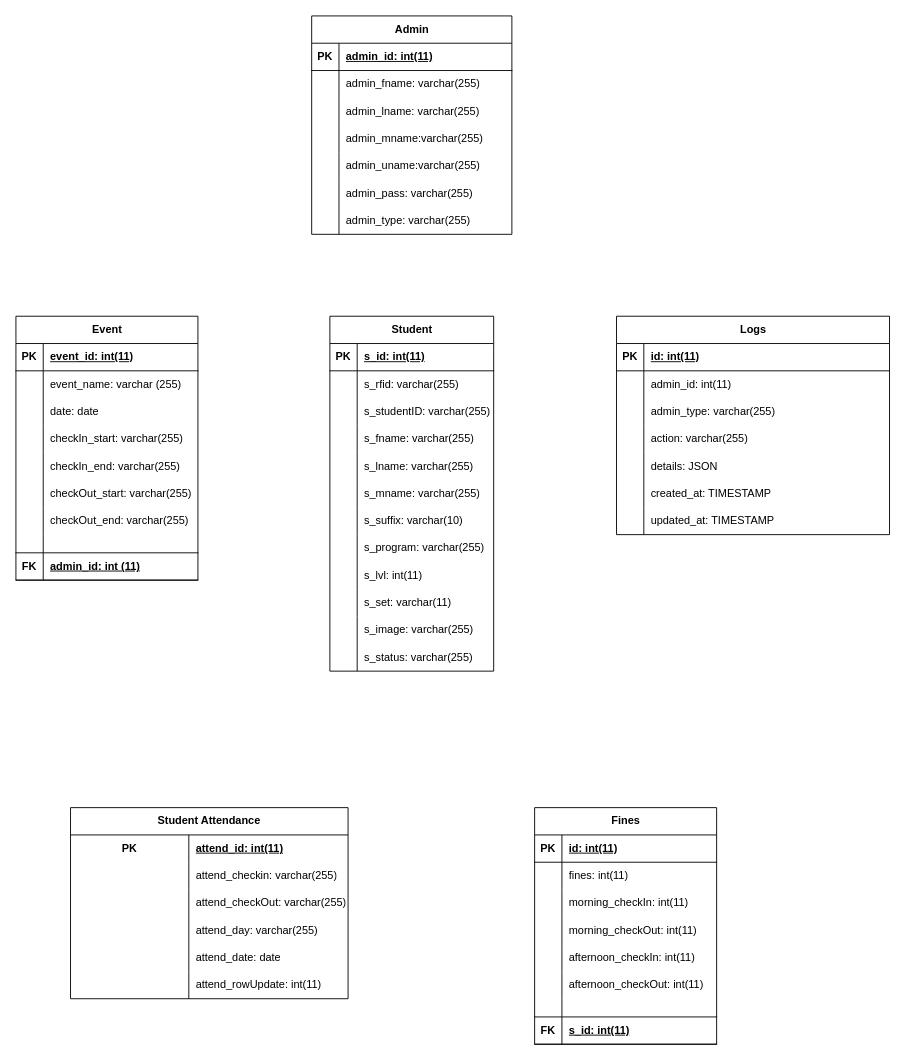
Before: Attendance_System_ERD.drawio in panzerweb/database_repo, a draw.io diagram. Source tidied: cells renumbered, new cells numbered last; positions are measured from the earlier drawing's top-left corner, leaving out a move shared by most shapes. Both pictures are drawn from the tidied source at 91%, with x=0, y=0 at pixel (15, 15).
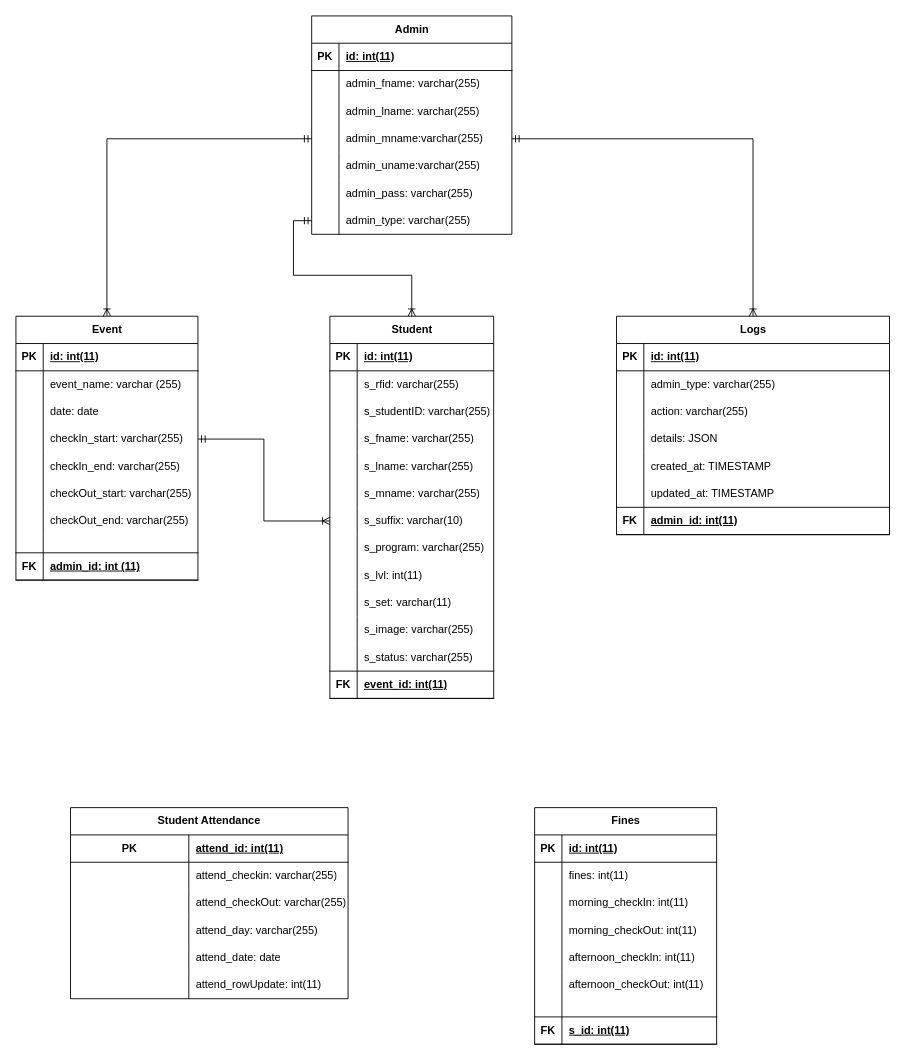
Above is the later version.

Unchanged cells that the change refers to:
```xml
<mxCell id="3" style="shape=tableRow;horizontal=0;startSize=0;swimlaneHead=0;swimlaneBody=0;fillColor=none;top=0;left=0;right=0;bottom=1;" parent="2" vertex="1">
  <mxGeometry y="30" width="180" height="30" as="geometry" />
</mxCell>
<mxCell id="21" style="shape=tableRow;horizontal=0;startSize=0;swimlaneHead=0;swimlaneBody=0;fillColor=none;points=[[0,0.5],[1,0.5]];portConstraint=eastwest;top=0;left=0;right=0;bottom=0;" parent="2" vertex="1">
  <mxGeometry y="210" width="180" height="30" as="geometry" />
</mxCell>
<mxCell id="39" value="Student Attendance" style="shape=table;startSize=30;childLayout=tableLayout;rowLines=0;fontStyle=1;align=center;html=1;whiteSpace=wrap;" parent="1" vertex="1">
  <mxGeometry x="60" y="870" width="305" height="210" as="geometry" />
</mxCell>
<mxCell id="84" style="shape=tableRow;horizontal=0;startSize=0;swimlaneHead=0;swimlaneBody=0;fillColor=none;top=0;left=0;right=0;bottom=1;" parent="83" vertex="1">
  <mxGeometry y="30" width="220" height="30" as="geometry" />
</mxCell>
<mxCell id="93" style="shape=tableRow;horizontal=0;startSize=0;swimlaneHead=0;swimlaneBody=0;fillColor=none;points=[[0,0.5],[1,0.5]];portConstraint=eastwest;top=0;left=0;right=0;bottom=0;" parent="83" vertex="1">
  <mxGeometry y="120" width="220" height="30" as="geometry" />
</mxCell>
<mxCell id="102" style="shape=tableRow;horizontal=0;startSize=0;swimlaneHead=0;swimlaneBody=0;fillColor=none;points=[[0,0.5],[1,0.5]];portConstraint=eastwest;top=0;left=0;right=0;bottom=0;" parent="83" vertex="1">
  <mxGeometry y="210" width="220" height="30" as="geometry" />
</mxCell>
<mxCell id="105" value="Event" style="shape=table;startSize=30;childLayout=tableLayout;rowLines=0;fontStyle=1;align=center;html=1;" parent="1" vertex="1">
  <mxGeometry y="330" width="200" height="290" as="geometry" />
</mxCell>
<mxCell id="106" style="shape=tableRow;horizontal=0;startSize=0;swimlaneHead=0;swimlaneBody=0;fillColor=none;top=0;left=0;right=0;bottom=1;" parent="105" vertex="1">
  <mxGeometry y="30" width="200" height="30" as="geometry" />
</mxCell>
<mxCell id="115" style="shape=tableRow;horizontal=0;startSize=0;swimlaneHead=0;swimlaneBody=0;fillColor=none;points=[[0,0.5],[1,0.5]];portConstraint=eastwest;top=0;left=0;right=0;bottom=0;" parent="105" vertex="1">
  <mxGeometry y="120" width="200" height="30" as="geometry" />
</mxCell>
<mxCell id="133" value="Logs" style="shape=table;startSize=30;childLayout=tableLayout;rowLines=0;fontStyle=1;align=center;html=1;" parent="1" vertex="1">
  <mxGeometry x="660" y="330" width="300" height="240" as="geometry" />
</mxCell>
```

The edit, as a diff of the source:
```diff
@@
     <mxCell id="2" value="Student" style="shape=table;startSize=30;childLayout=tableLayout;rowLines=0;fontStyle=1;align=center;html=1;" parent="1" vertex="1">
-      <mxGeometry x="345" y="330" width="180" height="390" as="geometry" />
+      <mxGeometry x="345" y="330" width="180" height="420" as="geometry" />
     </mxCell>
@@
-    <mxCell id="5" value="s_id: int(11)" style="shape=partialRectangle;fillColor=none;top=0;left=0;bottom=0;right=0;align=left;spacingLeft=6;fontStyle=5;overflow=hidden;whiteSpace=wrap;html=1;" parent="3" vertex="1">
+    <mxCell id="5" value="id: int(11)" style="shape=partialRectangle;fillColor=none;top=0;left=0;bottom=0;right=0;align=left;spacingLeft=6;fontStyle=5;overflow=hidden;whiteSpace=wrap;html=1;" parent="3" vertex="1">
       <mxGeometry x="30" width="150" height="30" as="geometry" />
     </mxCell>
@@
+    <mxCell id="155" style="shape=tableRow;horizontal=0;startSize=0;swimlaneHead=0;swimlaneBody=0;fillColor=none;top=1;left=0;right=0;bottom=1;" parent="2" vertex="1">
+      <mxGeometry y="390" width="180" height="30" as="geometry" />
+    </mxCell>
+    <mxCell id="156" value="FK" style="shape=partialRectangle;fillColor=none;top=0;left=0;bottom=0;right=0;fontStyle=1;overflow=hidden;whiteSpace=wrap;html=1;" parent="155" vertex="1">
+      <mxGeometry width="30" height="30" as="geometry" />
+    </mxCell>
+    <mxCell id="157" value="event_id: int(11)" style="shape=partialRectangle;fillColor=none;top=0;left=0;bottom=0;right=0;align=left;spacingLeft=6;fontStyle=5;overflow=hidden;whiteSpace=wrap;html=1;" parent="155" vertex="1">
+      <mxGeometry x="30" width="150" height="30" as="geometry" />
+    </mxCell>
@@
-    <mxCell id="40" style="shape=tableRow;horizontal=0;startSize=0;swimlaneHead=0;swimlaneBody=0;fillColor=none;top=0;left=0;right=0;bottom=0;html=1;" parent="39" vertex="1">
+    <mxCell id="40" style="shape=tableRow;horizontal=0;startSize=0;swimlaneHead=0;swimlaneBody=0;fillColor=none;top=0;left=0;right=0;bottom=1;html=1;" parent="39" vertex="1">
       <mxGeometry y="30" width="305" height="30" as="geometry" />
     </mxCell>
@@
-    <mxCell id="86" value="admin_id: int(11)" style="shape=partialRectangle;fillColor=none;top=0;left=0;bottom=0;right=0;align=left;spacingLeft=6;fontStyle=5;overflow=hidden;whiteSpace=wrap;html=1;" parent="84" vertex="1">
+    <mxCell id="86" value="id: int(11)" style="shape=partialRectangle;fillColor=none;top=0;left=0;bottom=0;right=0;align=left;spacingLeft=6;fontStyle=5;overflow=hidden;whiteSpace=wrap;html=1;" parent="84" vertex="1">
       <mxGeometry x="30" width="190" height="30" as="geometry" />
     </mxCell>
@@
-    <mxCell id="108" value="event_id: int(11)" style="shape=partialRectangle;fillColor=none;top=0;left=0;bottom=0;right=0;align=left;spacingLeft=6;fontStyle=5;overflow=hidden;whiteSpace=wrap;html=1;" parent="106" vertex="1">
+    <mxCell id="108" value="id: int(11)" style="shape=partialRectangle;fillColor=none;top=0;left=0;bottom=0;right=0;align=left;spacingLeft=6;fontStyle=5;overflow=hidden;whiteSpace=wrap;html=1;" parent="106" vertex="1">
       <mxGeometry x="30" width="170" height="30" as="geometry" />
     </mxCell>
@@
-    <mxCell id="137" style="shape=tableRow;horizontal=0;startSize=0;swimlaneHead=0;swimlaneBody=0;fillColor=none;top=0;left=0;right=0;bottom=0;" parent="133" vertex="1">
-      <mxGeometry y="60" width="300" height="30" as="geometry" />
-    </mxCell>
-    <mxCell id="138" style="shape=partialRectangle;fillColor=none;top=0;left=0;bottom=0;right=0;overflow=hidden;whiteSpace=wrap;html=1;" parent="137" vertex="1">
-      <mxGeometry width="30" height="30" as="geometry" />
-    </mxCell>
-    <mxCell id="139" value="admin_id: int(11)" style="shape=partialRectangle;fillColor=none;top=0;left=0;bottom=0;right=0;align=left;spacingLeft=6;overflow=hidden;whiteSpace=wrap;html=1;" parent="137" vertex="1">
-      <mxGeometry x="30" width="270" height="30" as="geometry" />
-    </mxCell>
     <mxCell id="140" style="shape=tableRow;horizontal=0;startSize=0;swimlaneHead=0;swimlaneBody=0;fillColor=none;top=0;left=0;right=0;bottom=0;" parent="133" vertex="1">
-      <mxGeometry y="90" width="300" height="30" as="geometry" />
+      <mxGeometry y="60" width="300" height="30" as="geometry" />
     </mxCell>
@@
     <mxCell id="143" style="shape=tableRow;horizontal=0;startSize=0;swimlaneHead=0;swimlaneBody=0;fillColor=none;top=0;left=0;right=0;bottom=0;" parent="133" vertex="1">
-      <mxGeometry y="120" width="300" height="30" as="geometry" />
+      <mxGeometry y="90" width="300" height="30" as="geometry" />
     </mxCell>
@@
     <mxCell id="146" style="shape=tableRow;horizontal=0;startSize=0;swimlaneHead=0;swimlaneBody=0;fillColor=none;top=0;left=0;right=0;bottom=0;" parent="133" vertex="1">
-      <mxGeometry y="150" width="300" height="30" as="geometry" />
+      <mxGeometry y="120" width="300" height="30" as="geometry" />
     </mxCell>
@@
     <mxCell id="149" style="shape=tableRow;horizontal=0;startSize=0;swimlaneHead=0;swimlaneBody=0;fillColor=none;top=0;left=0;right=0;bottom=0;" parent="133" vertex="1">
-      <mxGeometry y="180" width="300" height="30" as="geometry" />
+      <mxGeometry y="150" width="300" height="30" as="geometry" />
     </mxCell>
@@
     <mxCell id="152" style="shape=tableRow;horizontal=0;startSize=0;swimlaneHead=0;swimlaneBody=0;fillColor=none;top=0;left=0;right=0;bottom=0;" parent="133" vertex="1">
-      <mxGeometry y="210" width="300" height="30" as="geometry" />
+      <mxGeometry y="180" width="300" height="30" as="geometry" />
     </mxCell>
@@
+    <mxCell id="158" style="shape=tableRow;horizontal=0;startSize=0;swimlaneHead=0;swimlaneBody=0;fillColor=none;top=1;left=0;right=0;bottom=1;" parent="133" vertex="1">
+      <mxGeometry y="210" width="300" height="30" as="geometry" />
+    </mxCell>
+    <mxCell id="159" value="FK" style="shape=partialRectangle;fillColor=none;top=0;left=0;bottom=0;right=0;fontStyle=1;overflow=hidden;whiteSpace=wrap;html=1;" parent="158" vertex="1">
+      <mxGeometry width="30" height="30" as="geometry" />
+    </mxCell>
+    <mxCell id="139" value="admin_id: int(11)" style="shape=partialRectangle;fillColor=none;top=0;left=0;bottom=0;right=0;align=left;spacingLeft=6;fontStyle=5;overflow=hidden;whiteSpace=wrap;html=1;" parent="158" vertex="1">
+      <mxGeometry x="30" width="270" height="30" as="geometry" />
+    </mxCell>
+    <mxCell id="160" style="edgeStyle=orthogonalEdgeStyle;rounded=0;jettySize=auto;html=1;entryX=0.5;entryY=0;entryDx=0;entryDy=0;startArrow=ERmandOne;startFill=0;endArrow=ERoneToMany;endFill=0;" parent="1" edge="1" source="93" target="105">
+      <mxGeometry relative="1" as="geometry" />
+    </mxCell>
+    <mxCell id="161" style="edgeStyle=orthogonalEdgeStyle;rounded=0;jettySize=auto;html=1;startArrow=ERmandOne;startFill=0;endArrow=ERoneToMany;endFill=0;" parent="1" edge="1" source="102" target="2">
+      <mxGeometry relative="1" as="geometry" />
+    </mxCell>
+    <mxCell id="162" style="edgeStyle=orthogonalEdgeStyle;rounded=0;jettySize=auto;html=1;entryX=0.5;entryY=0;entryDx=0;entryDy=0;startArrow=ERmandOne;startFill=0;endArrow=ERoneToMany;endFill=0;" parent="1" edge="1" source="93" target="133">
+      <mxGeometry relative="1" as="geometry" />
+    </mxCell>
+    <mxCell id="163" style="edgeStyle=orthogonalEdgeStyle;rounded=0;jettySize=auto;html=1;entryX=0;entryY=0.5;entryDx=0;entryDy=0;startArrow=ERmandOne;startFill=0;endArrow=ERoneToMany;endFill=0;" parent="1" edge="1" source="115" target="21">
+      <mxGeometry relative="1" as="geometry" />
+    </mxCell>
```
